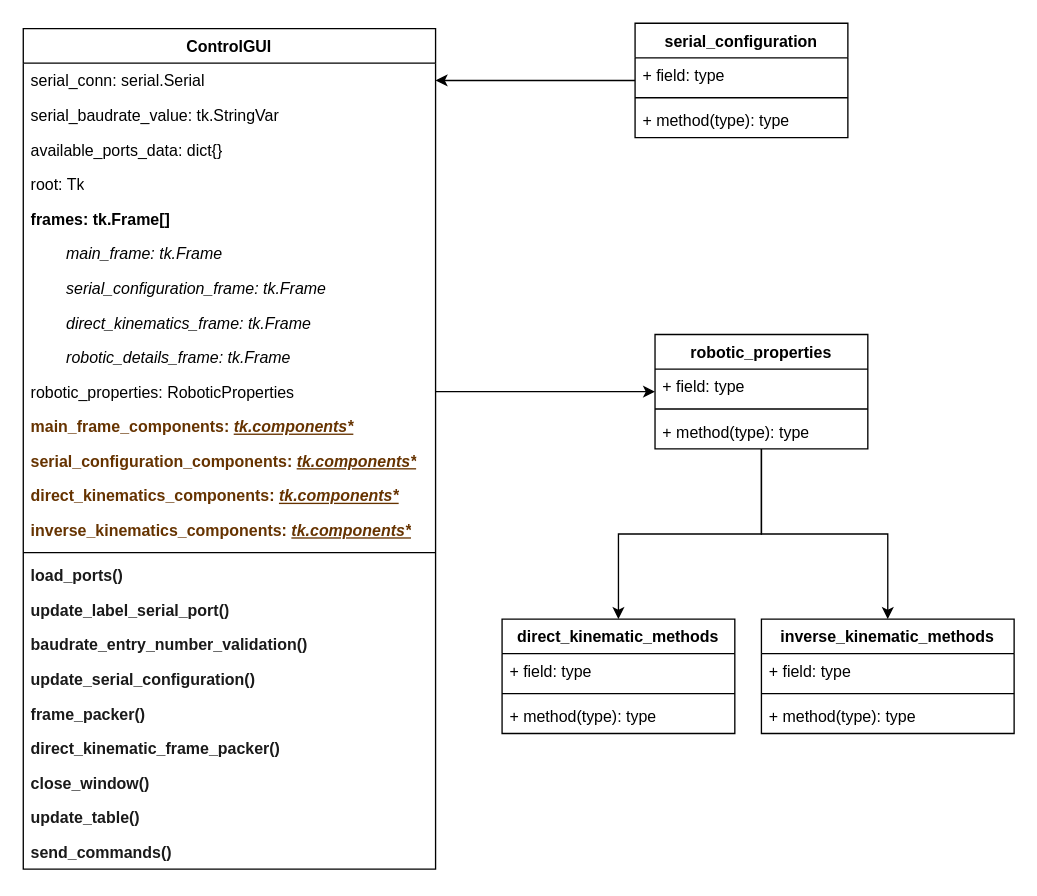
Earlier version of the draw.io diagram misc/general_class_diagram.drawio (Daravico/Microcontroller-Serial-Interfaces). Source tidied: cells renumbered, new cells numbered last; positions are measured from the earlier drawing's top-left corner, leaving out a move shared by most shapes. Both pictures are drawn from the tidied source at 133%, with x=0, y=0 at pixel (23, 23).
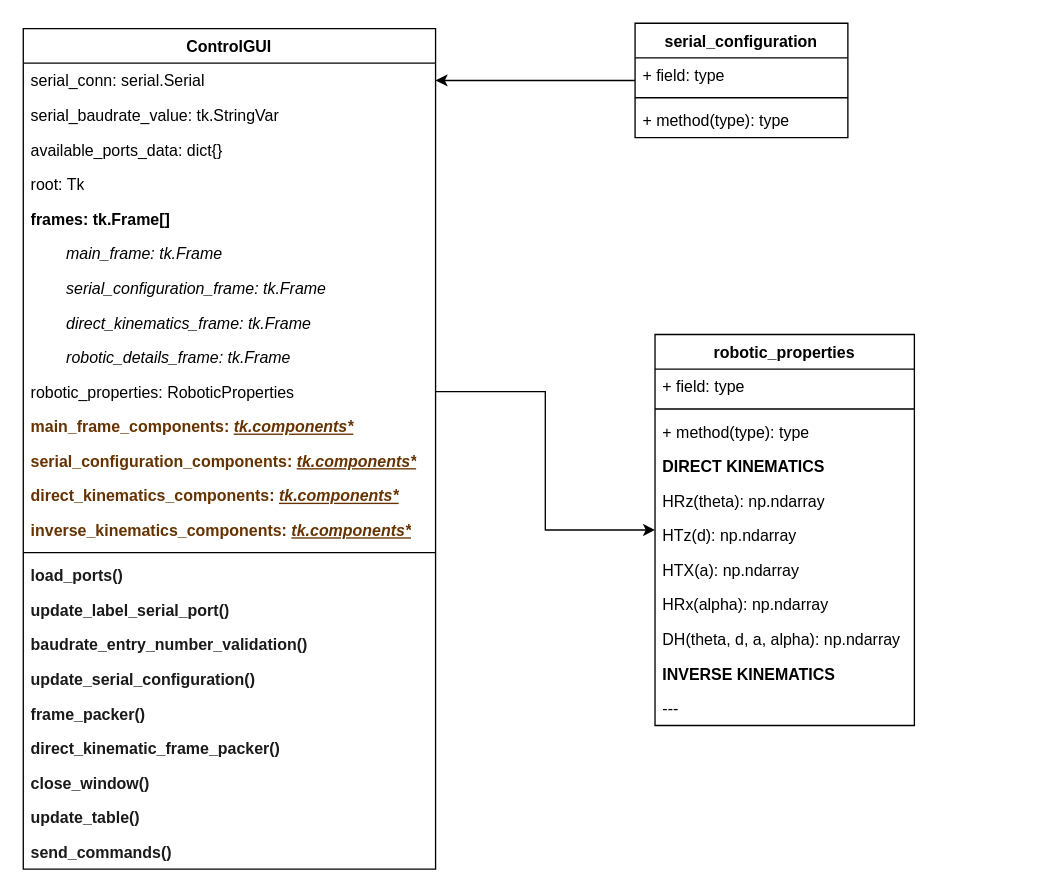
The same page after the edit.

Commit message (it also covers changes not shown here):
Mini updates in the class diagrams and name of some functions.

The edit, as a diff of the source:
```diff
@@
-    <mxCell id="27" value="direct_kinematic_methods" style="swimlane;fontStyle=1;align=center;verticalAlign=top;horizontal=1;startSize=26;whiteSpace=wrap;html=1;" parent="1" vertex="1">
-      <mxGeometry x="360" y="448" width="175" height="86" as="geometry" />
-    </mxCell>
-    <mxCell id="28" value="+ field: type" style="text;strokeColor=none;fillColor=none;align=left;verticalAlign=top;spacingLeft=4;spacingRight=4;overflow=hidden;whiteSpace=wrap;html=1;" parent="27" vertex="1">
-      <mxGeometry y="26" width="175" height="26" as="geometry" />
-    </mxCell>
-    <mxCell id="29" style="line;strokeWidth=1;fillColor=none;align=left;verticalAlign=middle;spacingTop=-1;spacingLeft=3;spacingRight=3;labelPosition=right;strokeColor=inherit;" parent="27" vertex="1">
-      <mxGeometry y="52" width="175" height="8" as="geometry" />
-    </mxCell>
-    <mxCell id="30" value="+ method(type): type" style="text;strokeColor=none;fillColor=none;align=left;verticalAlign=top;spacingLeft=4;spacingRight=4;overflow=hidden;whiteSpace=wrap;html=1;" parent="27" vertex="1">
-      <mxGeometry y="60" width="175" height="26" as="geometry" />
-    </mxCell>
-    <mxCell id="31" style="edgeStyle=orthogonalEdgeStyle;rounded=0;jettySize=auto;html=1;entryX=0.5;entryY=0;entryDx=0;entryDy=0;" parent="1" edge="1" source="33" target="27">
-      <mxGeometry relative="1" as="geometry" />
-    </mxCell>
-    <mxCell id="32" style="edgeStyle=orthogonalEdgeStyle;rounded=0;jettySize=auto;html=1;" parent="1" edge="1" source="33" target="37">
-      <mxGeometry relative="1" as="geometry" />
-    </mxCell>
     <mxCell id="33" value="robotic_properties" style="swimlane;fontStyle=1;align=center;verticalAlign=top;horizontal=1;startSize=26;whiteSpace=wrap;html=1;" parent="1" vertex="1">
-      <mxGeometry x="475" y="234" width="160" height="86" as="geometry" />
+      <mxGeometry x="475" y="234" width="195" height="294" as="geometry" />
     </mxCell>
     <mxCell id="34" value="+ field: type" style="text;strokeColor=none;fillColor=none;align=left;verticalAlign=top;spacingLeft=4;spacingRight=4;overflow=hidden;whiteSpace=wrap;html=1;" parent="33" vertex="1">
-      <mxGeometry y="26" width="160" height="26" as="geometry" />
+      <mxGeometry y="26" width="195" height="26" as="geometry" />
     </mxCell>
     <mxCell id="35" style="line;strokeWidth=1;fillColor=none;align=left;verticalAlign=middle;spacingTop=-1;spacingLeft=3;spacingRight=3;labelPosition=right;strokeColor=inherit;" parent="33" vertex="1">
-      <mxGeometry y="52" width="160" height="8" as="geometry" />
+      <mxGeometry y="52" width="195" height="8" as="geometry" />
     </mxCell>
     <mxCell id="36" value="+ method(type): type" style="text;strokeColor=none;fillColor=none;align=left;verticalAlign=top;spacingLeft=4;spacingRight=4;overflow=hidden;whiteSpace=wrap;html=1;" parent="33" vertex="1">
-      <mxGeometry y="60" width="160" height="26" as="geometry" />
+      <mxGeometry y="60" width="195" height="26" as="geometry" />
     </mxCell>
-    <mxCell id="37" value="inverse_kinematic_methods" style="swimlane;fontStyle=1;align=center;verticalAlign=top;horizontal=1;startSize=26;whiteSpace=wrap;html=1;" parent="1" vertex="1">
-      <mxGeometry x="555" y="448" width="190" height="86" as="geometry" />
-    </mxCell>
-    <mxCell id="38" value="+ field: type" style="text;strokeColor=none;fillColor=none;align=left;verticalAlign=top;spacingLeft=4;spacingRight=4;overflow=hidden;whiteSpace=wrap;html=1;" parent="37" vertex="1">
-      <mxGeometry y="26" width="190" height="26" as="geometry" />
-    </mxCell>
-    <mxCell id="39" style="line;strokeWidth=1;fillColor=none;align=left;verticalAlign=middle;spacingTop=-1;spacingLeft=3;spacingRight=3;labelPosition=right;strokeColor=inherit;" parent="37" vertex="1">
-      <mxGeometry y="52" width="190" height="8" as="geometry" />
-    </mxCell>
-    <mxCell id="40" value="+ method(type): type" style="text;strokeColor=none;fillColor=none;align=left;verticalAlign=top;spacingLeft=4;spacingRight=4;overflow=hidden;whiteSpace=wrap;html=1;" parent="37" vertex="1">
-      <mxGeometry y="60" width="190" height="26" as="geometry" />
-    </mxCell>
+    <mxCell id="47" value="DIRECT KINEMATICS" style="text;strokeColor=none;fillColor=none;align=left;verticalAlign=top;spacingLeft=4;spacingRight=4;overflow=hidden;whiteSpace=wrap;html=1;fontStyle=1;" parent="33" vertex="1">
+      <mxGeometry y="86" width="195" height="26" as="geometry" />
+    </mxCell>
+    <mxCell id="48" value="HRz(theta): np.ndarray" style="text;strokeColor=none;fillColor=none;align=left;verticalAlign=top;spacingLeft=4;spacingRight=4;overflow=hidden;whiteSpace=wrap;html=1;" parent="33" vertex="1">
+      <mxGeometry y="112" width="195" height="26" as="geometry" />
+    </mxCell>
+    <mxCell id="49" value="HTz(d): np.ndarray" style="text;strokeColor=none;fillColor=none;align=left;verticalAlign=top;spacingLeft=4;spacingRight=4;overflow=hidden;whiteSpace=wrap;html=1;" parent="33" vertex="1">
+      <mxGeometry y="138" width="195" height="26" as="geometry" />
+    </mxCell>
+    <mxCell id="50" value="HTX(a): np.ndarray" style="text;strokeColor=none;fillColor=none;align=left;verticalAlign=top;spacingLeft=4;spacingRight=4;overflow=hidden;whiteSpace=wrap;html=1;" parent="33" vertex="1">
+      <mxGeometry y="164" width="195" height="26" as="geometry" />
+    </mxCell>
+    <mxCell id="51" value="HRx(alpha): np.ndarray" style="text;strokeColor=none;fillColor=none;align=left;verticalAlign=top;spacingLeft=4;spacingRight=4;overflow=hidden;whiteSpace=wrap;html=1;" parent="33" vertex="1">
+      <mxGeometry y="190" width="195" height="26" as="geometry" />
+    </mxCell>
+    <mxCell id="52" value="DH(theta, d, a, alpha): np.ndarray" style="text;strokeColor=none;fillColor=none;align=left;verticalAlign=top;spacingLeft=4;spacingRight=4;overflow=hidden;whiteSpace=wrap;html=1;" parent="33" vertex="1">
+      <mxGeometry y="216" width="195" height="26" as="geometry" />
+    </mxCell>
+    <mxCell id="53" value="INVERSE KINEMATICS" style="text;strokeColor=none;fillColor=none;align=left;verticalAlign=top;spacingLeft=4;spacingRight=4;overflow=hidden;whiteSpace=wrap;html=1;fontStyle=1;" parent="33" vertex="1">
+      <mxGeometry y="242" width="195" height="26" as="geometry" />
+    </mxCell>
+    <mxCell id="54" value="---" style="text;strokeColor=none;fillColor=none;align=left;verticalAlign=top;spacingLeft=4;spacingRight=4;overflow=hidden;whiteSpace=wrap;html=1;" parent="33" vertex="1">
+      <mxGeometry y="268" width="195" height="26" as="geometry" />
+    </mxCell>
```
